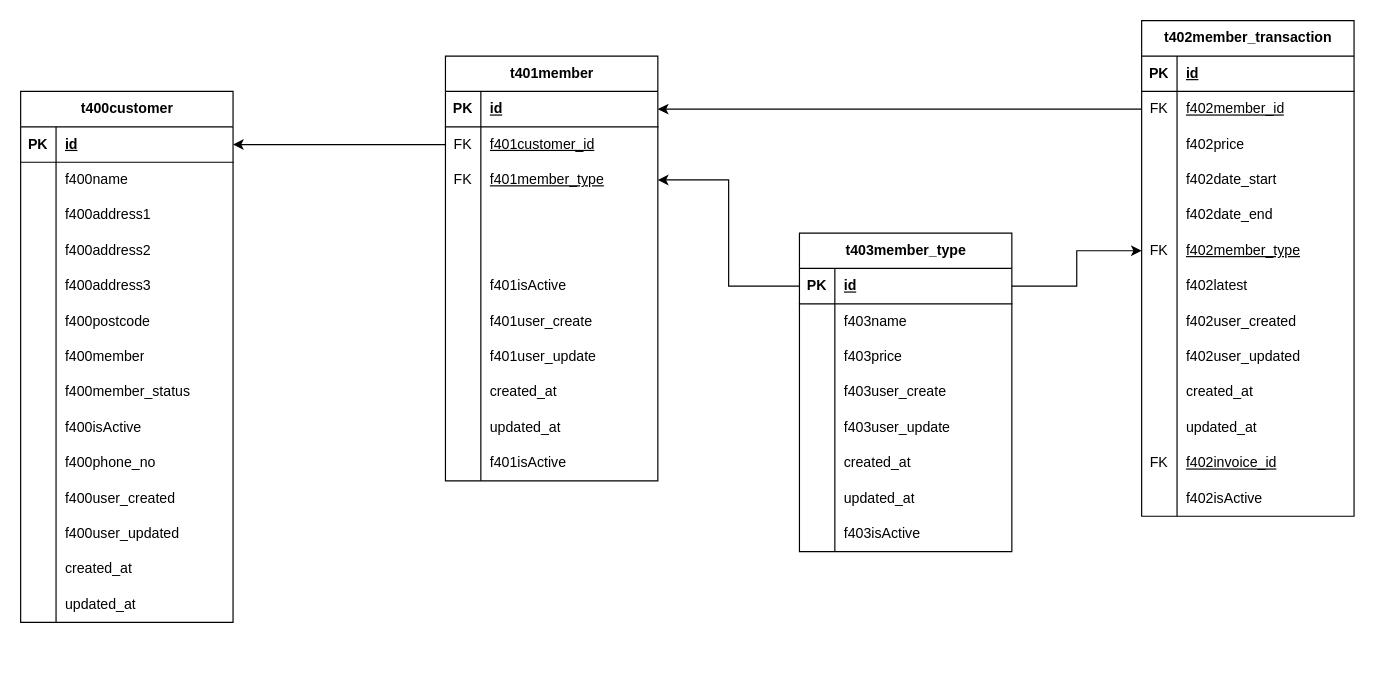
Earlier version of the draw.io diagram page "customer management" (3 of 5) of rentall_app.drawio (harishaikal940322/diagram). Source tidied: cells renumbered, new cells numbered last; positions are measured from the earlier drawing's top-left corner, leaving out a move shared by most shapes. Both pictures are drawn from the tidied source at 118%, with x=0, y=0 at pixel (20, 20).
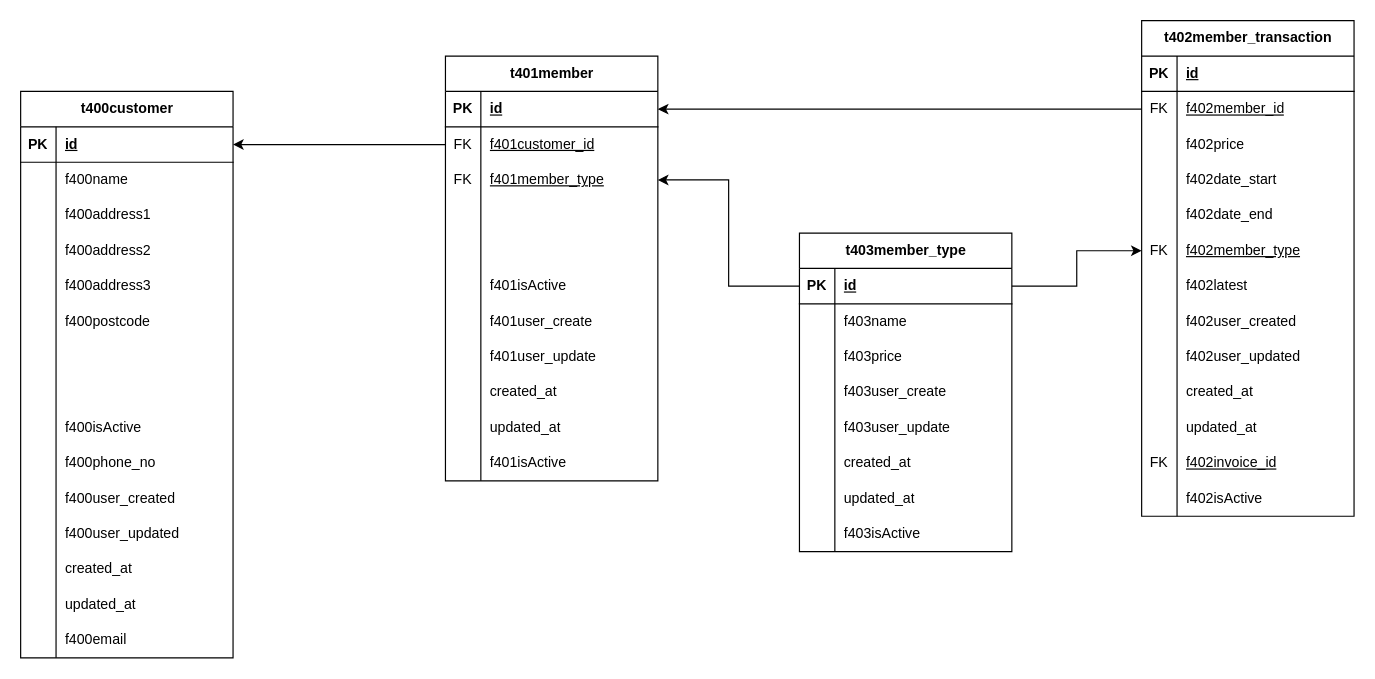
The same page after the edit.

Unchanged cells that the change refers to:
```xml
<mxCell id="55" style="shape=tableRow;horizontal=0;startSize=0;swimlaneHead=0;swimlaneBody=0;fillColor=none;top=0;left=0;right=0;bottom=0;" parent="36" vertex="1">
  <mxGeometry y="210" width="180" height="30" as="geometry" />
</mxCell>
<mxCell id="58" style="shape=tableRow;horizontal=0;startSize=0;swimlaneHead=0;swimlaneBody=0;fillColor=none;top=0;left=0;right=0;bottom=0;" parent="36" vertex="1">
  <mxGeometry y="240" width="180" height="30" as="geometry" />
</mxCell>
```

What changed in the source:
```diff
@@
     <mxCell id="36" value="t400customer" style="shape=table;startSize=30;childLayout=tableLayout;rowLines=0;fontStyle=1;align=center;html=1;" parent="1" vertex="1">
-      <mxGeometry y="60" width="180" height="450" as="geometry" />
+      <mxGeometry y="60" width="180" height="480" as="geometry" />
     </mxCell>
@@
-    <mxCell id="57" value="f400member" style="shape=partialRectangle;fillColor=none;top=0;left=0;bottom=0;right=0;align=left;spacingLeft=6;overflow=hidden;whiteSpace=wrap;html=1;" parent="55" vertex="1">
+    <mxCell id="57" style="shape=partialRectangle;fillColor=none;top=0;left=0;bottom=0;right=0;align=left;spacingLeft=6;overflow=hidden;whiteSpace=wrap;html=1;" parent="55" vertex="1">
       <mxGeometry x="30" width="150" height="30" as="geometry" />
     </mxCell>
@@
-    <mxCell id="60" value="f400member_status" style="shape=partialRectangle;fillColor=none;top=0;left=0;bottom=0;right=0;align=left;spacingLeft=6;overflow=hidden;whiteSpace=wrap;html=1;" parent="58" vertex="1">
+    <mxCell id="60" style="shape=partialRectangle;fillColor=none;top=0;left=0;bottom=0;right=0;align=left;spacingLeft=6;overflow=hidden;whiteSpace=wrap;html=1;" parent="58" vertex="1">
       <mxGeometry x="30" width="150" height="30" as="geometry" />
     </mxCell>
@@
+    <mxCell id="148" style="shape=tableRow;horizontal=0;startSize=0;swimlaneHead=0;swimlaneBody=0;fillColor=none;top=0;left=0;right=0;bottom=0;" parent="36" vertex="1">
+      <mxGeometry y="450" width="180" height="30" as="geometry" />
+    </mxCell>
+    <mxCell id="149" style="shape=partialRectangle;fillColor=none;top=0;left=0;bottom=0;right=0;overflow=hidden;whiteSpace=wrap;html=1;" parent="148" vertex="1">
+      <mxGeometry width="30" height="30" as="geometry" />
+    </mxCell>
+    <mxCell id="150" value="f400email" style="shape=partialRectangle;fillColor=none;top=0;left=0;bottom=0;right=0;align=left;spacingLeft=6;overflow=hidden;whiteSpace=wrap;html=1;" parent="148" vertex="1">
+      <mxGeometry x="30" width="150" height="30" as="geometry" />
+    </mxCell>
```
